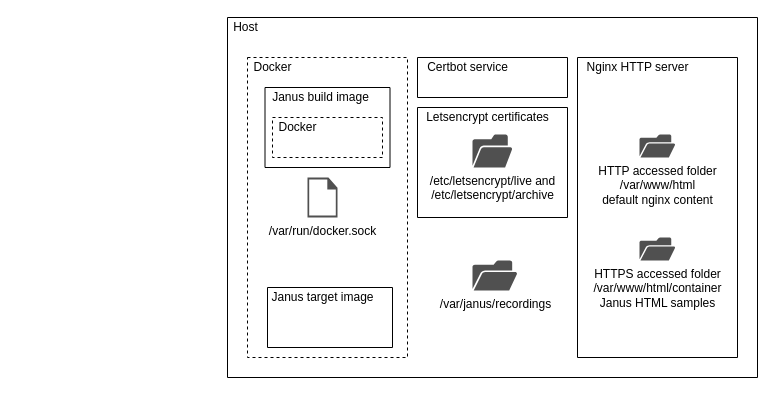
Above: doc/host_setup.drawio in bartbalaz/janus-container (draw.io), before the change. Source tidied: cells renumbered, new cells numbered last; positions are measured from the earlier drawing's top-left corner, leaving out a move shared by most shapes. Both pictures are drawn from the tidied source at 100%, with x=0, y=0 at pixel (225, 17).
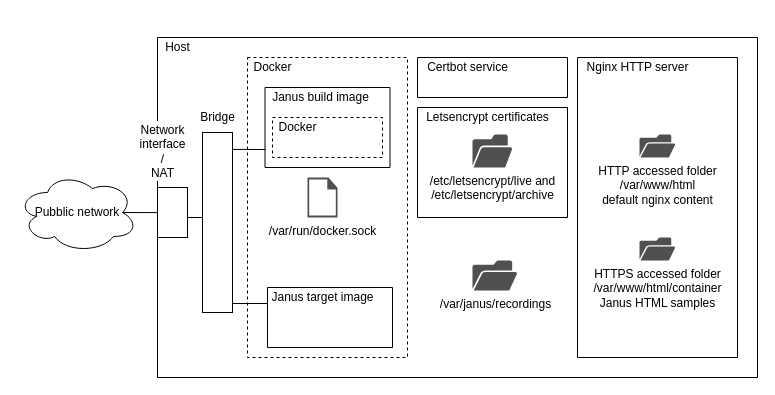
After the change.

Commit message (it also covers changes not shown here):
Updating setup instructions

Unchanged cells that the change refers to:
```xml
<mxCell id="4" style="verticalLabelPosition=bottom;verticalAlign=top;html=1;shape=mxgraph.basic.rect;fillColor2=none;strokeWidth=1;size=20;indent=5;" parent="1" vertex="1">
  <mxGeometry x="39.5" y="70" width="125" height="80" as="geometry" />
</mxCell>
```

The edit, as a diff of the source:
```diff
@@
     <mxCell id="2" style="verticalLabelPosition=bottom;verticalAlign=top;html=1;shape=mxgraph.basic.rect;fillColor2=none;strokeWidth=1;size=20;indent=5;" parent="1" vertex="1">
-      <mxGeometry x="2" width="530" height="360" as="geometry" />
+      <mxGeometry x="-68" y="20" width="600" height="340" as="geometry" />
     </mxCell>
@@
     <mxCell id="5" value="Host" style="text;html=1;align=center;verticalAlign=middle;fillColor=none;strokeColor=none;rounded=0;" parent="1" vertex="1">
-      <mxGeometry x="-0.5" width="40" height="20" as="geometry" />
+      <mxGeometry x="-68" y="20" width="40" height="20" as="geometry" />
     </mxCell>
@@
+    <mxCell id="23" style="rounded=0;whiteSpace=wrap;html=1;rotation=90;" parent="1" vertex="1">
+      <mxGeometry x="-98" y="190" width="180" height="30" as="geometry" />
+    </mxCell>
+    <mxCell id="24" style="endArrow=none;html=1;entryX=0.004;entryY=0.775;entryDx=0;entryDy=0;entryPerimeter=0;exitX=0.094;exitY=0;exitDx=0;exitDy=0;exitPerimeter=0;" parent="1" edge="1" source="23" target="4">
+      <mxGeometry relative="1" as="geometry" />
+    </mxCell>
+    <mxCell id="25" style="endArrow=none;html=1;entryX=0.016;entryY=0.267;entryDx=0;entryDy=0;entryPerimeter=0;" parent="1" edge="1">
+      <mxGeometry relative="1" as="geometry">
+        <mxPoint x="7" y="286" as="sourcePoint" />
+        <mxPoint x="42" y="286" as="targetPoint" />
+      </mxGeometry>
+    </mxCell>
+    <mxCell id="26" value="Bridge" style="text;html=1;align=center;verticalAlign=middle;fillColor=none;strokeColor=none;rounded=0;" parent="1" vertex="1">
+      <mxGeometry x="-33" y="90" width="50" height="20" as="geometry" />
+    </mxCell>
+    <mxCell id="27" style="rounded=0;whiteSpace=wrap;html=1;rotation=-90;" parent="1" vertex="1">
+      <mxGeometry x="-78" y="180" width="50" height="30" as="geometry" />
+    </mxCell>
+    <mxCell id="28" value="Network &lt;br&gt;interface&lt;br&gt;/&lt;br&gt;NAT" style="text;html=1;align=center;verticalAlign=middle;strokeColor=none;rounded=0;fillColor=#ffffff;" parent="1" vertex="1">
+      <mxGeometry x="-93" y="103.5" width="60" height="60" as="geometry" />
+    </mxCell>
+    <mxCell id="29" style="endArrow=none;html=1;" parent="1" edge="1">
+      <mxGeometry relative="1" as="geometry">
+        <mxPoint x="-38" y="200" as="sourcePoint" />
+        <mxPoint x="-23" y="200" as="targetPoint" />
+      </mxGeometry>
+    </mxCell>
+    <mxCell id="30" value="Pubblic network" style="ellipse;shape=cloud;whiteSpace=wrap;html=1;fillColor=#ffffff;" parent="1" vertex="1">
+      <mxGeometry x="-208" y="155" width="120" height="80" as="geometry" />
+    </mxCell>
+    <mxCell id="31" style="endArrow=none;html=1;entryX=0;entryY=0.515;entryDx=0;entryDy=0;entryPerimeter=0;exitX=0.875;exitY=0.5;exitDx=0;exitDy=0;exitPerimeter=0;" parent="1" edge="1" source="30" target="2">
+      <mxGeometry relative="1" as="geometry" />
+    </mxCell>
```
